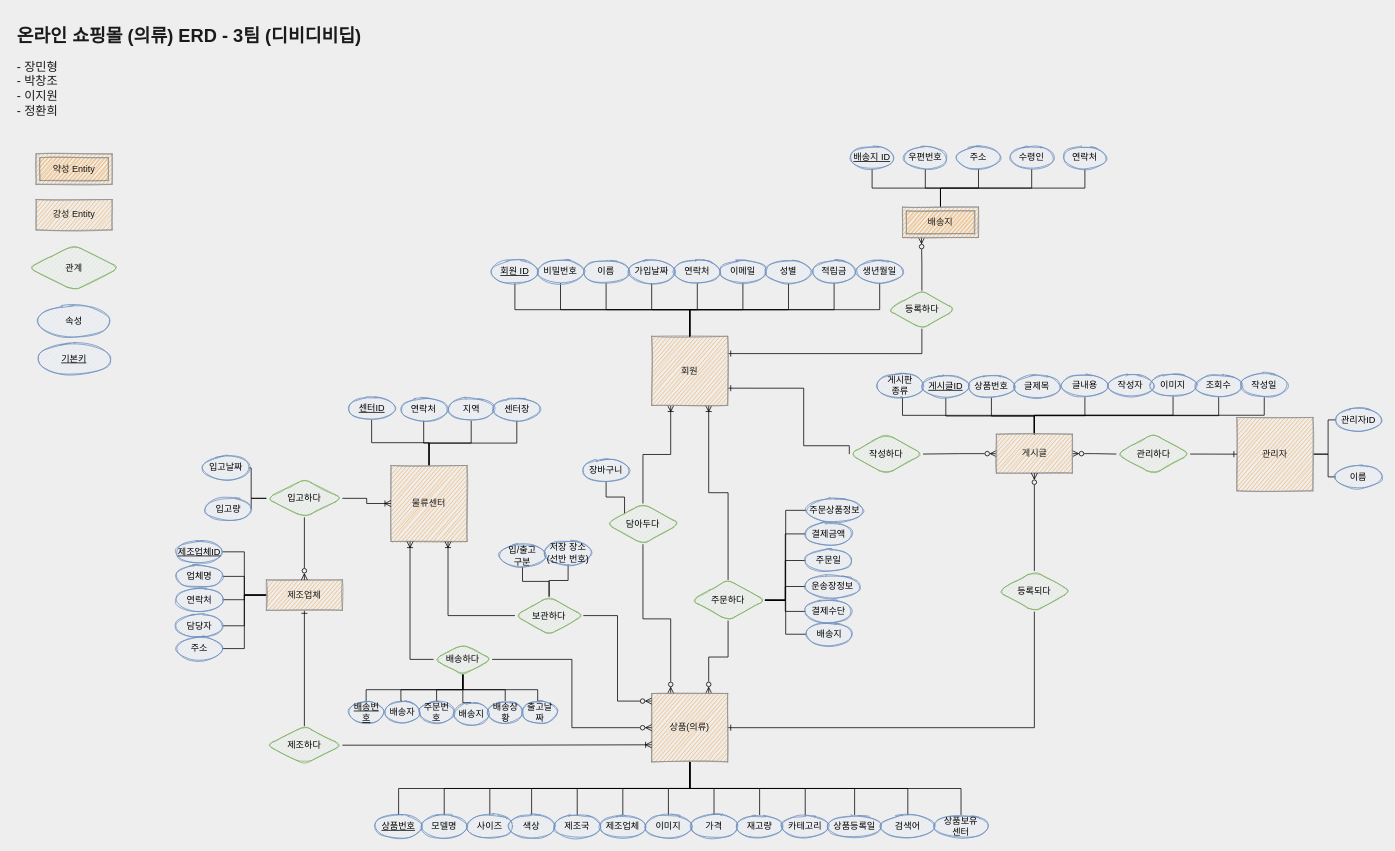
Above: page "새로만든ER" (3 of 3) of Untitled Diagram.drawio in pcjo1202/DataBase-design (draw.io), before the change. Source tidied: cells renumbered, new cells numbered last; positions are measured from the earlier drawing's top-left corner, leaving out a move shared by most shapes. Both pictures are drawn from the tidied source at 76%, with x=0, y=0 at pixel (13, 21).
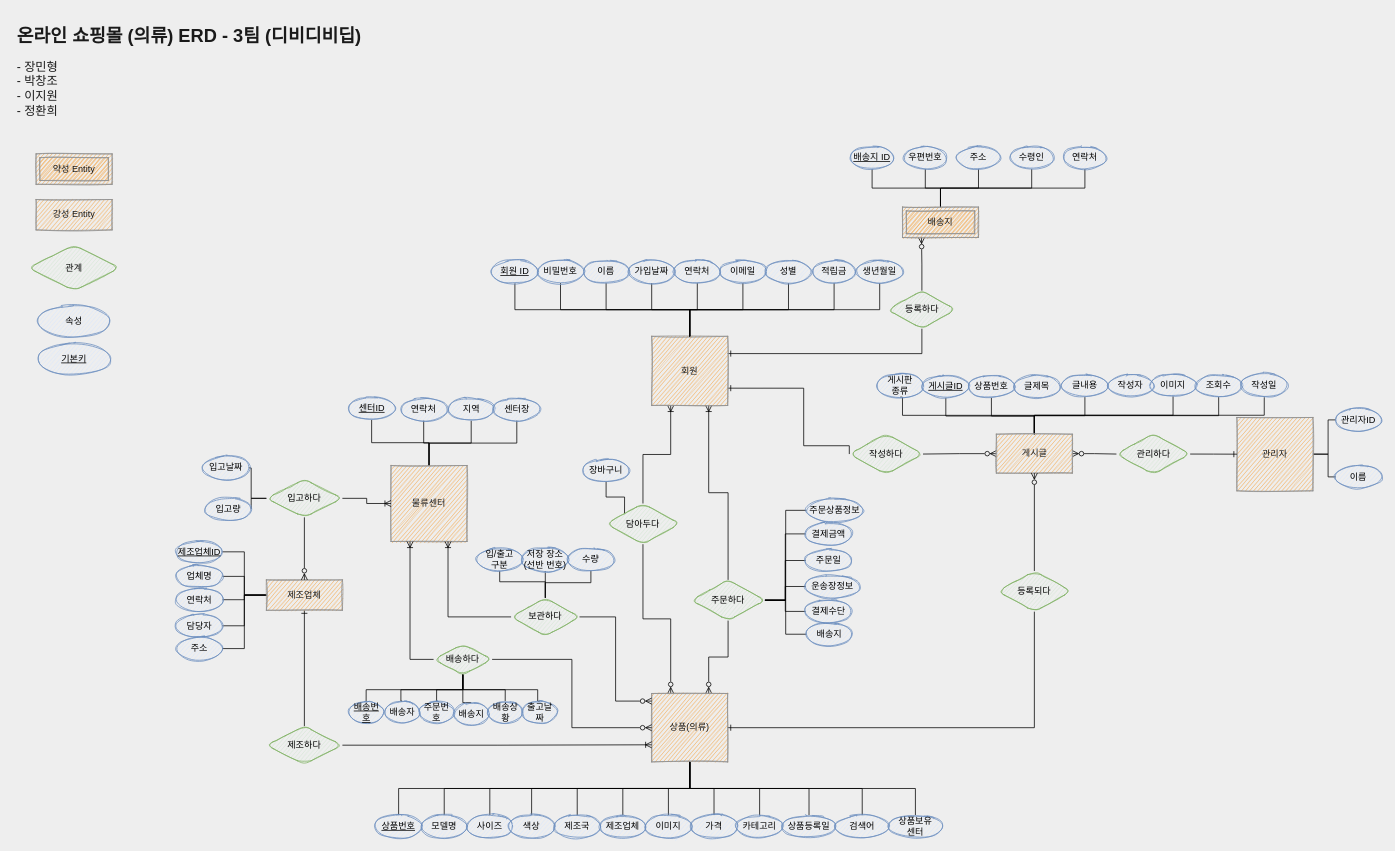
After the change.

Commit message:
물류센터 보관관계에 수량 추가, 상품 재고량 삭제

The change refers to these unchanged cells:
```xml
<mxCell id="45" value="상품(의류)" style="whiteSpace=wrap;html=1;align=center;rounded=0;sketch=1;fontColor=#1A1A1A;strokeColor=#909090;fillColor=#F5AB50;direction=west;" parent="1" vertex="1">
  <mxGeometry x="840" y="885" width="100" height="90" as="geometry" />
</mxCell>
```

The edit, as a diff of the source:
```diff
@@
-    <mxCell id="39" style="edgeStyle=orthogonalEdgeStyle;rounded=0;jettySize=auto;html=1;exitX=0.5;exitY=0;exitDx=0;exitDy=0;entryX=0.5;entryY=0;entryDx=0;entryDy=0;endArrow=none;endFill=0;" parent="1" edge="1" source="45" target="133">
-      <mxGeometry relative="1" as="geometry" />
-    </mxCell>
@@
     <mxCell id="72" style="edgeStyle=orthogonalEdgeStyle;rounded=0;jettySize=auto;html=1;exitX=0.5;exitY=0;exitDx=0;exitDy=0;entryX=0.5;entryY=1;entryDx=0;entryDy=0;endArrow=none;endFill=0;" parent="1" edge="1" source="74" target="143">
-      <mxGeometry relative="1" as="geometry" />
+      <mxGeometry relative="1" as="geometry">
+        <Array as="points">
+          <mxPoint x="700" y="758" />
+          <mxPoint x="700" y="738" />
+          <mxPoint x="640" y="738" />
+        </Array>
+      </mxGeometry>
     </mxCell>
@@
+    <mxCell id="173" style="edgeStyle=orthogonalEdgeStyle;rounded=0;jettySize=auto;html=1;exitX=0.5;exitY=0;exitDx=0;exitDy=0;entryX=0.5;entryY=1;entryDx=0;entryDy=0;endArrow=none;endFill=0;" parent="1" edge="1" source="74" target="174">
+      <mxGeometry relative="1" as="geometry" />
+    </mxCell>
     <mxCell id="74" value="보관하다" style="shape=rhombus;perimeter=rhombusPerimeter;whiteSpace=wrap;html=1;align=center;fillColor=#d5e8d4;strokeColor=#82b366;sketch=1;rounded=1;" parent="1" vertex="1">
-      <mxGeometry x="660" y="757.5" width="90" height="50" as="geometry" />
+      <mxGeometry x="655" y="759.2" width="90" height="50" as="geometry" />
     </mxCell>
@@
-    <mxCell id="133" value="재고량" style="ellipse;whiteSpace=wrap;html=1;align=center;rounded=0;sketch=1;strokeColor=#6c8ebf;fillColor=#dae8fc;" parent="1" vertex="1">
-      <mxGeometry x="952" y="1045" width="60" height="30" as="geometry" />
-    </mxCell>
     <mxCell id="134" value="카테고리" style="ellipse;whiteSpace=wrap;html=1;align=center;rounded=0;sketch=1;strokeColor=#6c8ebf;fillColor=#dae8fc;" parent="1" vertex="1">
-      <mxGeometry x="1012" y="1045" width="60" height="30" as="geometry" />
+      <mxGeometry x="952" y="1045" width="60" height="30" as="geometry" />
     </mxCell>
     <mxCell id="135" value="상품등록일" style="ellipse;whiteSpace=wrap;html=1;align=center;rounded=0;sketch=1;strokeColor=#6c8ebf;fillColor=#dae8fc;" parent="1" vertex="1">
-      <mxGeometry x="1072" y="1045" width="70" height="30" as="geometry" />
+      <mxGeometry x="1012" y="1045" width="70" height="30" as="geometry" />
     </mxCell>
@@
     <mxCell id="137" value="검색어" style="ellipse;whiteSpace=wrap;html=1;align=center;rounded=0;sketch=1;strokeColor=#6c8ebf;fillColor=#dae8fc;" parent="1" vertex="1">
-      <mxGeometry x="1142" y="1045" width="70" height="30" as="geometry" />
+      <mxGeometry x="1082" y="1045" width="70" height="30" as="geometry" />
     </mxCell>
     <mxCell id="138" value="상품보유&lt;br&gt;센터" style="ellipse;whiteSpace=wrap;html=1;align=center;rounded=0;sketch=1;strokeColor=#6c8ebf;fillColor=#dae8fc;" parent="1" vertex="1">
-      <mxGeometry x="1212" y="1045" width="70" height="30" as="geometry" />
+      <mxGeometry x="1152" y="1045" width="70" height="30" as="geometry" />
     </mxCell>
@@
     <mxCell id="143" value="입/출고&lt;br&gt;구분" style="ellipse;whiteSpace=wrap;html=1;align=center;rounded=0;sketch=1;strokeColor=#6c8ebf;fillColor=#dae8fc;" parent="1" vertex="1">
-      <mxGeometry x="640" y="688.5" width="60" height="30" as="geometry" />
+      <mxGeometry x="610" y="693.8" width="60" height="30" as="geometry" />
     </mxCell>
@@
     <mxCell id="145" value="저장 장소&lt;br&gt;(선반 번호)" style="ellipse;whiteSpace=wrap;html=1;align=center;rounded=0;sketch=1;strokeColor=#6c8ebf;fillColor=#dae8fc;" parent="1" vertex="1">
-      <mxGeometry x="700" y="685" width="60" height="30" as="geometry" />
+      <mxGeometry x="670" y="693.8" width="60" height="30" as="geometry" />
     </mxCell>
@@
+    <mxCell id="174" value="수량" style="ellipse;whiteSpace=wrap;html=1;align=center;rounded=0;sketch=1;strokeColor=#6c8ebf;fillColor=#dae8fc;" parent="1" vertex="1">
+      <mxGeometry x="730" y="693.8" width="60" height="30" as="geometry" />
+    </mxCell>
```
